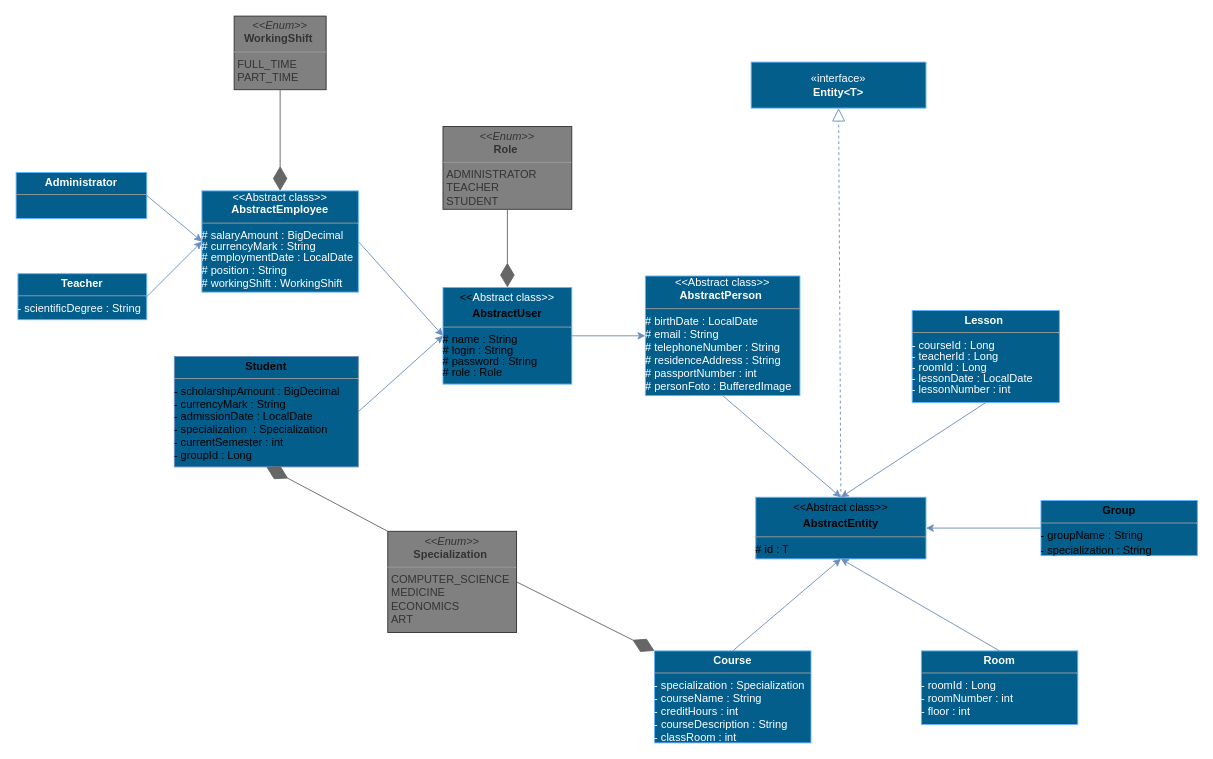
The draw.io diagram entity_hierarchy.drawio in AndreiKurbatov/university-cms-docs, before the edit. Source tidied: cells renumbered, new cells numbered last; positions are measured from the earlier drawing's top-left corner, leaving out a move shared by most shapes. Both pictures are drawn from the tidied source at 92%, with x=0, y=0 at pixel (16, 16).
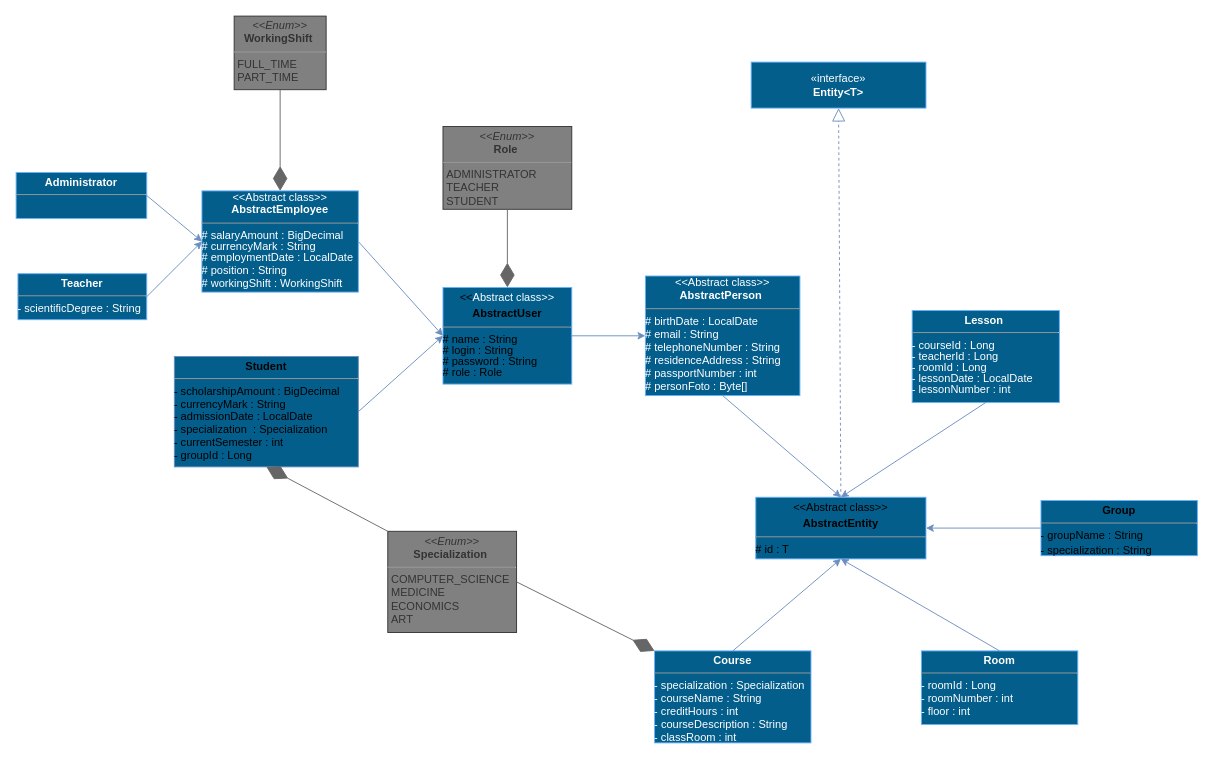
The same page after the edit.

Commit message:
Changed datatype for a foto to Byte[]

Diff of the diagram source:
```diff
@@
-    <mxCell id="6" value="&lt;div style=&quot;text-align: center;&quot;&gt;&amp;lt;&amp;lt;&lt;span style=&quot;background-color: initial;&quot;&gt;Abstract class&amp;gt;&amp;gt;&lt;/span&gt;&lt;/div&gt;&lt;div style=&quot;text-align: center;&quot;&gt;&lt;b&gt;Abstract&lt;/b&gt;&lt;b style=&quot;background-color: initial;&quot;&gt;Person&amp;nbsp;&lt;/b&gt;&lt;/div&gt;&lt;hr size=&quot;1&quot;&gt;# birthDate : LocalDate&lt;br&gt;# email : String&lt;br&gt;# telephoneNumber : String&lt;br&gt;&lt;div style=&quot;height:2px;&quot;&gt;# residenceAddress : String&lt;/div&gt;&lt;div style=&quot;height:2px;&quot;&gt;&lt;br&gt;&lt;/div&gt;&lt;div style=&quot;height:2px;&quot;&gt;&lt;br&gt;&lt;/div&gt;&lt;div style=&quot;height:2px;&quot;&gt;&lt;br&gt;&lt;/div&gt;&lt;div style=&quot;height:2px;&quot;&gt;&lt;br&gt;&lt;/div&gt;&lt;div style=&quot;height:2px;&quot;&gt;&lt;br&gt;&lt;/div&gt;&lt;div style=&quot;height:2px;&quot;&gt;&lt;br&gt;&lt;/div&gt;&lt;div style=&quot;height:2px;&quot;&gt;# passportNumber : int&amp;nbsp;&lt;/div&gt;&lt;div style=&quot;height:2px;&quot;&gt;&lt;br&gt;&lt;/div&gt;&lt;div style=&quot;height:2px;&quot;&gt;&lt;br&gt;&lt;/div&gt;&lt;div style=&quot;height:2px;&quot;&gt;&lt;br&gt;&lt;/div&gt;&lt;div style=&quot;height:2px;&quot;&gt;&lt;br&gt;&lt;/div&gt;&lt;div style=&quot;height:2px;&quot;&gt;&lt;br&gt;&lt;/div&gt;&lt;div style=&quot;height:2px;&quot;&gt;&lt;br&gt;&lt;/div&gt;&lt;div style=&quot;height:2px;&quot;&gt;# personFoto :&amp;nbsp;BufferedImage&lt;/div&gt;" style="verticalAlign=top;align=left;overflow=fill;fontSize=12;fontFamily=Helvetica;html=1;whiteSpace=wrap;fillColor=#045E8B;strokeColor=#66B2FF;fontColor=#ffffff;" parent="1" vertex="1">
+    <mxCell id="6" value="&lt;div style=&quot;text-align: center;&quot;&gt;&amp;lt;&amp;lt;&lt;span style=&quot;background-color: initial;&quot;&gt;Abstract class&amp;gt;&amp;gt;&lt;/span&gt;&lt;/div&gt;&lt;div style=&quot;text-align: center;&quot;&gt;&lt;b&gt;Abstract&lt;/b&gt;&lt;b style=&quot;background-color: initial;&quot;&gt;Person&amp;nbsp;&lt;/b&gt;&lt;/div&gt;&lt;hr size=&quot;1&quot;&gt;# birthDate : LocalDate&lt;br&gt;# email : String&lt;br&gt;# telephoneNumber : String&lt;br&gt;&lt;div style=&quot;height:2px;&quot;&gt;# residenceAddress : String&lt;/div&gt;&lt;div style=&quot;height:2px;&quot;&gt;&lt;br&gt;&lt;/div&gt;&lt;div style=&quot;height:2px;&quot;&gt;&lt;br&gt;&lt;/div&gt;&lt;div style=&quot;height:2px;&quot;&gt;&lt;br&gt;&lt;/div&gt;&lt;div style=&quot;height:2px;&quot;&gt;&lt;br&gt;&lt;/div&gt;&lt;div style=&quot;height:2px;&quot;&gt;&lt;br&gt;&lt;/div&gt;&lt;div style=&quot;height:2px;&quot;&gt;&lt;br&gt;&lt;/div&gt;&lt;div style=&quot;height:2px;&quot;&gt;# passportNumber : int&amp;nbsp;&lt;/div&gt;&lt;div style=&quot;height:2px;&quot;&gt;&lt;br&gt;&lt;/div&gt;&lt;div style=&quot;height:2px;&quot;&gt;&lt;br&gt;&lt;/div&gt;&lt;div style=&quot;height:2px;&quot;&gt;&lt;br&gt;&lt;/div&gt;&lt;div style=&quot;height:2px;&quot;&gt;&lt;br&gt;&lt;/div&gt;&lt;div style=&quot;height:2px;&quot;&gt;&lt;br&gt;&lt;/div&gt;&lt;div style=&quot;height:2px;&quot;&gt;&lt;br&gt;&lt;/div&gt;&lt;div style=&quot;height:2px;&quot;&gt;# personFoto :&amp;nbsp;Byte[]&lt;/div&gt;" style="verticalAlign=top;align=left;overflow=fill;fontSize=12;fontFamily=Helvetica;html=1;whiteSpace=wrap;fillColor=#045E8B;strokeColor=#66B2FF;fontColor=#ffffff;" parent="1" vertex="1">
       <mxGeometry x="684" y="282.5" width="168" height="130" as="geometry" />
     </mxCell>
```
